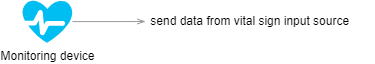
Above: images/actor-monitoring-device.drawio.png in formalizator/Ctrl-Arch-Elite (draw.io), before the change. Source tidied: cells renumbered, new cells last; positions are measured from the earlier drawing's top-left corner, leaving out a move shared by most shapes. Its diagram source:
```xml
<mxGraphModel>
  <root>
    <mxCell id="0" />
    <mxCell id="1" parent="0" />
    <mxCell id="2" value="&amp;nbsp;send data from&amp;nbsp;vital sign input source" style="text;html=1;align=left;verticalAlign=middle;points=[];strokeColor=none;fillColor=none;" parent="1" vertex="1">
      <mxGeometry x="123" y="6" width="230" height="30" as="geometry" />
    </mxCell>
    <mxCell id="3" style="edgeStyle=orthogonalEdgeStyle;rounded=0;jettySize=auto;html=1;strokeColor=#999999;endArrow=openThin;endFill=0;" parent="1" edge="1" source="4" target="2">
      <mxGeometry relative="1" as="geometry" />
    </mxCell>
    <mxCell id="4" value="Monitoring device" style="verticalLabelPosition=bottom;html=1;verticalAlign=top;align=center;strokeColor=none;fillColor=#00BEF2;shape=mxgraph.azure.health_monitoring;" parent="1" vertex="1">
      <mxGeometry y="-0.2" width="50" height="42.5" as="geometry" />
    </mxCell>
  </root>
</mxGraphModel>
```
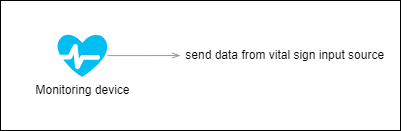
Above is the later version.

Change to the diagram source:
```diff
@@ -2,6 +2,9 @@
   <root>
     <mxCell id="0" />
     <mxCell id="1" parent="0" />
+    <mxCell id="5" style="rounded=0;whiteSpace=wrap;html=1;" parent="1" vertex="1">
+      <mxGeometry x="-57" y="-34" width="400" height="130" as="geometry" />
+    </mxCell>
     <mxCell id="2" value="&amp;nbsp;send data from&amp;nbsp;vital sign input source" style="text;html=1;align=left;verticalAlign=middle;points=[];strokeColor=none;fillColor=none;" parent="1" vertex="1">
       <mxGeometry x="123" y="6" width="230" height="30" as="geometry" />
     </mxCell>
```
